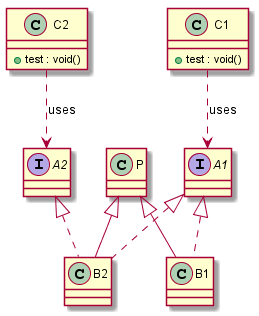
Before: JavaUMLParser/src/test/resources/Test-Case-2/output.png, a diagram exported from PlantUML (MeenakshiParyani/CMPE-202).
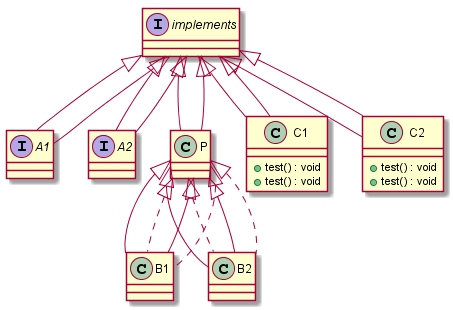
The same diagram one commit later.

Change to the diagram source:
```diff
@@ -1,27 +1,48 @@
 @startuml
-interface A1 {
+interface A1 extends  implements  {
 }
 
-interface A2 {
+interface A2 extends  implements  {
 }
 
-class B1 extends P implements A1 {
+class B1 extends P implements P {
 }
 
-class B2 extends P implements A1,A2 {
+class B2 extends P implements P {
 }
 
-class C1 {
- +test : void()
+class C1 extends  implements  {
+ +test() : void
 }
 
-class C2 {
- +test : void()
+class C2 extends  implements  {
+ +test() : void
 }
 
-class P {
+class P extends  implements  {
 }
 
-C1 ..> A1 : uses
-C2 ..> A2 : uses
+interface A1 extends  implements  {
+}
+
+interface A2 extends  implements  {
+}
+
+class B1 extends P implements P {
+}
+
+class B2 extends P implements P {
+}
+
+class C1 extends  implements  {
+ +test() : void
+}
+
+class C2 extends  implements  {
+ +test() : void
+}
+
+class P extends  implements  {
+}
+
 @enduml
```
